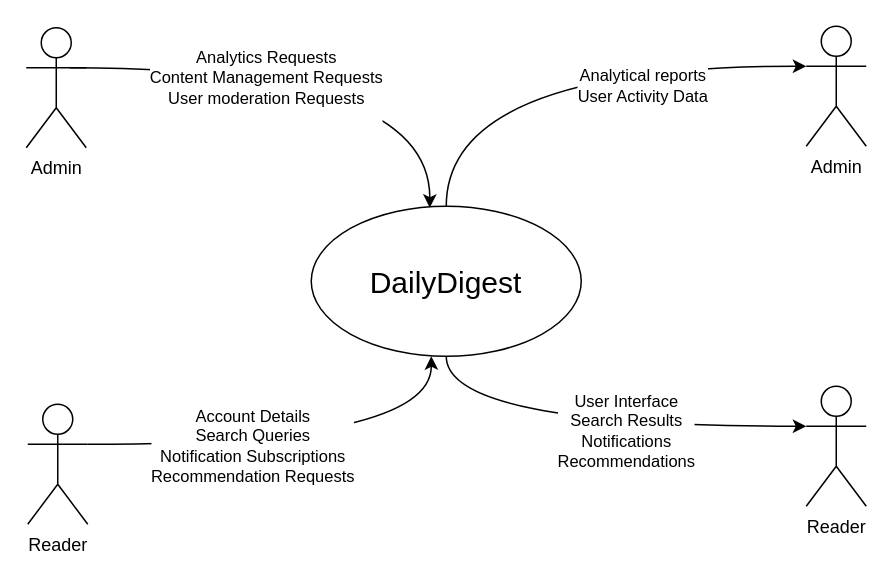
Before: Usecase.drawio in JakubK2004/JakubK2004, a draw.io diagram. Source tidied: cells renumbered, new cells numbered last; positions are measured from the earlier drawing's top-left corner, leaving out a move shared by most shapes. Both pictures are drawn from the tidied source at 150%, with x=0, y=0 at pixel (26, 26).
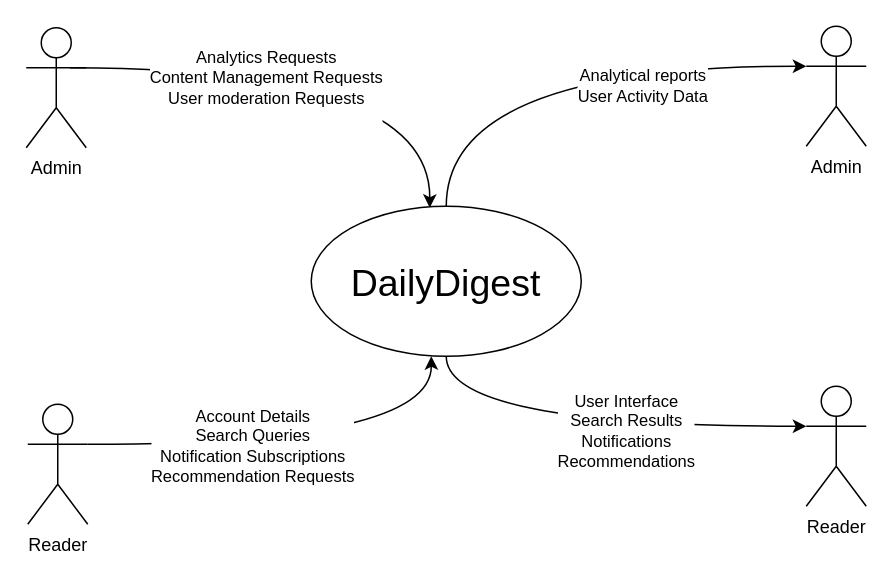
The same diagram, later.

Diff of the diagram source:
```diff
@@
 <mxGraphModel>
   <root>
     <mxCell id="0" />
     <mxCell id="1" parent="0" />
     <mxCell id="2" style="edgeStyle=orthogonalEdgeStyle;rounded=0;jettySize=auto;html=1;entryX=0.5;entryY=1;entryDx=0;entryDy=0;elbow=vertical;curved=1;exitX=1;exitY=0.3333333333333333;exitDx=0;exitDy=0;exitPerimeter=0;" parent="1" edge="1" source="4">
       <mxGeometry relative="1" as="geometry">
         <mxPoint x="270" y="220" as="targetPoint" />
       </mxGeometry>
     </mxCell>
     <mxCell id="3" value="Account Details&lt;div&gt;Search Queries&lt;/div&gt;&lt;div&gt;Notification Subscriptions&lt;/div&gt;&lt;div&gt;Recommendation Requests&lt;/div&gt;" style="edgeLabel;html=1;align=center;verticalAlign=middle;" parent="2" vertex="1">
       <mxGeometry x="-0.08" y="-3" relative="1" as="geometry">
         <mxPoint x="-23" y="-2" as="offset" />
       </mxGeometry>
     </mxCell>
     <mxCell id="4" value="Reader" style="shape=umlActor;verticalLabelPosition=bottom;verticalAlign=top;html=1;" parent="1" vertex="1">
       <mxGeometry x="1" y="252" width="40" height="80" as="geometry" />
     </mxCell>
     <mxCell id="5" style="edgeStyle=orthogonalEdgeStyle;rounded=0;orthogonalLoop=1;jettySize=auto;html=1;entryX=0.5;entryY=0;entryDx=0;entryDy=0;curved=1;exitX=1;exitY=0.3333333333333333;exitDx=0;exitDy=0;exitPerimeter=0;" parent="1" edge="1">
       <mxGeometry relative="1" as="geometry">
         <mxPoint x="29" y="27.7" as="sourcePoint" />
         <mxPoint x="269" y="121" as="targetPoint" />
       </mxGeometry>
     </mxCell>
     <mxCell id="6" value="Analytics Requests&lt;div&gt;Content Management Requests&lt;/div&gt;&lt;div&gt;User moderation Requests&lt;/div&gt;&lt;div&gt;&lt;br&gt;&lt;/div&gt;" style="edgeLabel;html=1;align=center;verticalAlign=middle;" parent="5" vertex="1">
       <mxGeometry x="-0.02" y="3" relative="1" as="geometry">
         <mxPoint x="-33" y="15" as="offset" />
       </mxGeometry>
     </mxCell>
     <mxCell id="7" value="Admin" style="shape=umlActor;verticalLabelPosition=bottom;verticalAlign=top;html=1;" parent="1" vertex="1">
       <mxGeometry y="1" width="40" height="80" as="geometry" />
     </mxCell>
-    <mxCell id="8" value="&lt;font style=&quot;font-size: 20px;&quot;&gt;DailyDigest&lt;/font&gt;" style="ellipse;whiteSpace=wrap;html=1;" parent="1" vertex="1">
+    <mxCell id="8" value="&lt;font style=&quot;font-size: 25px;&quot;&gt;DailyDigest&lt;/font&gt;" style="ellipse;whiteSpace=wrap;html=1;" parent="1" vertex="1">
       <mxGeometry x="190" y="120" width="180" height="100" as="geometry" />
     </mxCell>
     <mxCell id="9" value="Reader" style="shape=umlActor;verticalLabelPosition=bottom;verticalAlign=top;html=1;" parent="1" vertex="1">
       <mxGeometry x="520" y="240" width="40" height="80" as="geometry" />
     </mxCell>
     <mxCell id="10" style="edgeStyle=orthogonalEdgeStyle;rounded=0;jettySize=auto;html=1;entryX=0;entryY=0.3333333333333333;entryDx=0;entryDy=0;entryPerimeter=0;curved=1;exitX=0.5;exitY=1;exitDx=0;exitDy=0;" parent="1" edge="1" source="8" target="9">
       <mxGeometry relative="1" as="geometry" />
     </mxCell>
     <mxCell id="11" value="&lt;div&gt;User Interface&lt;/div&gt;&lt;div&gt;Search Results&lt;/div&gt;&lt;div&gt;Notifications&lt;/div&gt;&lt;div&gt;Recommendations&lt;/div&gt;" style="edgeLabel;html=1;align=center;verticalAlign=middle;" parent="10" vertex="1">
       <mxGeometry x="-0.24" y="-13" relative="1" as="geometry">
         <mxPoint x="57" y="-10" as="offset" />
       </mxGeometry>
     </mxCell>
     <mxCell id="12" value="Admin" style="shape=umlActor;verticalLabelPosition=bottom;verticalAlign=top;html=1;" parent="1" vertex="1">
       <mxGeometry x="520" width="40" height="80" as="geometry" />
     </mxCell>
     <mxCell id="13" style="edgeStyle=orthogonalEdgeStyle;rounded=0;jettySize=auto;html=1;entryX=0;entryY=0.3333333333333333;entryDx=0;entryDy=0;entryPerimeter=0;curved=1;exitX=0.5;exitY=0;exitDx=0;exitDy=0;" parent="1" edge="1" source="8" target="12">
       <mxGeometry relative="1" as="geometry" />
     </mxCell>
     <mxCell id="14" value="Analytical reports&lt;div&gt;User Activity Data&lt;/div&gt;" style="edgeLabel;html=1;align=center;verticalAlign=middle;" parent="13" vertex="1">
       <mxGeometry x="0.09" relative="1" as="geometry">
         <mxPoint x="42" y="13" as="offset" />
       </mxGeometry>
     </mxCell>
   </root>
 </mxGraphModel>
```
